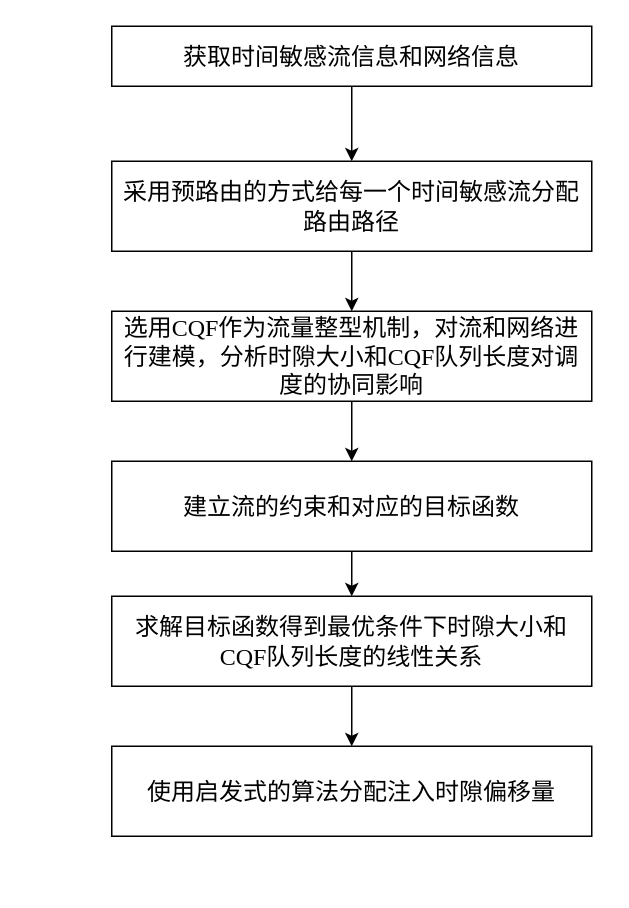
AliChen0731/First keeps this draw.io diagram as 专利.drawio. Above is the earlier version. Source tidied: cells renumbered, new cells numbered last; positions are measured from the earlier drawing's top-left corner, leaving out a move shared by most shapes. Both pictures are drawn from the tidied source at 150%, with x=0, y=0 at pixel (111, 26).
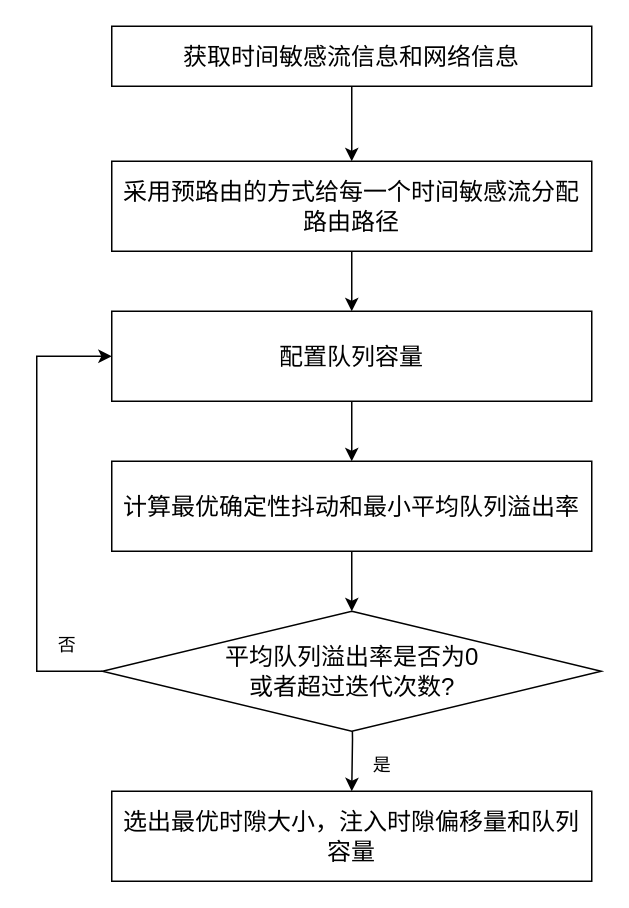
Above is the later version.

The edit, as a diff of the source:
```diff
@@
 <mxGraphModel>
   <root>
     <mxCell id="0" />
     <mxCell id="1" parent="0" />
     <mxCell id="2" style="edgeStyle=orthogonalEdgeStyle;rounded=0;jettySize=auto;html=1;" parent="1" edge="1" source="3" target="5">
       <mxGeometry relative="1" as="geometry" />
     </mxCell>
     <mxCell id="3" value="&lt;font face=&quot;Times New Roman&quot; style=&quot;font-size: 16px;&quot;&gt;获取时间敏感流信息和网络信息&lt;/font&gt;" style="rounded=0;whiteSpace=wrap;html=1;" parent="1" vertex="1">
       <mxGeometry width="320" height="40" as="geometry" />
     </mxCell>
     <mxCell id="4" style="edgeStyle=orthogonalEdgeStyle;rounded=0;jettySize=auto;html=1;" parent="1" edge="1" source="5" target="7">
       <mxGeometry relative="1" as="geometry" />
     </mxCell>
     <mxCell id="5" value="&lt;font face=&quot;Times New Roman&quot; style=&quot;font-size: 16px;&quot;&gt;采用预路由的方式给每一个时间敏感流分配路由路径&lt;/font&gt;" style="whiteSpace=wrap;html=1;rounded=0;" parent="1" vertex="1">
       <mxGeometry y="90" width="320" height="60" as="geometry" />
     </mxCell>
     <mxCell id="6" style="edgeStyle=orthogonalEdgeStyle;rounded=0;jettySize=auto;html=1;" parent="1" edge="1" source="7" target="9">
       <mxGeometry relative="1" as="geometry" />
     </mxCell>
-    <mxCell id="7" value="&lt;font face=&quot;Times New Roman&quot; style=&quot;font-size: 16px;&quot;&gt;选用CQF作为流量整型机制，对流和网络进行建模，分析时隙大小和CQF队列长度对调度的协同影响&lt;/font&gt;" style="whiteSpace=wrap;html=1;rounded=0;" parent="1" vertex="1">
+    <mxCell id="7" value="&lt;font face=&quot;Times New Roman&quot; style=&quot;font-size: 16px;&quot;&gt;配置队列容量&lt;/font&gt;" style="whiteSpace=wrap;html=1;rounded=0;" parent="1" vertex="1">
       <mxGeometry y="190" width="320" height="60" as="geometry" />
     </mxCell>
-    <mxCell id="8" style="edgeStyle=orthogonalEdgeStyle;rounded=0;jettySize=auto;html=1;" parent="1" edge="1" source="9" target="11">
+    <mxCell id="8" style="edgeStyle=orthogonalEdgeStyle;rounded=0;jettySize=auto;html=1;entryX=0.5;entryY=0;entryDx=0;entryDy=0;" parent="1" edge="1" source="9" target="14">
       <mxGeometry relative="1" as="geometry" />
     </mxCell>
-    <mxCell id="9" value="&lt;font face=&quot;Times New Roman&quot; style=&quot;font-size: 16px;&quot;&gt;建立流的约束和对应的目标函数&lt;/font&gt;" style="whiteSpace=wrap;html=1;rounded=0;" parent="1" vertex="1">
+    <mxCell id="9" value="&lt;font face=&quot;Times New Roman&quot; style=&quot;font-size: 16px;&quot;&gt;计算最优确定性抖动和最小平均队列溢出率&lt;/font&gt;" style="whiteSpace=wrap;html=1;rounded=0;" parent="1" vertex="1">
       <mxGeometry y="290" width="320" height="60" as="geometry" />
     </mxCell>
-    <mxCell id="10" style="edgeStyle=orthogonalEdgeStyle;rounded=0;jettySize=auto;html=1;" parent="1" edge="1" source="11" target="12">
-      <mxGeometry relative="1" as="geometry" />
+    <mxCell id="10" style="edgeStyle=orthogonalEdgeStyle;rounded=0;jettySize=auto;html=1;" parent="1" edge="1" target="12">
+      <mxGeometry relative="1" as="geometry">
+        <mxPoint x="160" y="440" as="sourcePoint" />
+      </mxGeometry>
     </mxCell>
-    <mxCell id="11" value="&lt;font face=&quot;Times New Roman&quot; style=&quot;font-size: 16px;&quot;&gt;求解目标函数得到最优条件下时隙大小和CQF队列长度的线性关系&lt;/font&gt;" style="whiteSpace=wrap;html=1;rounded=0;" parent="1" vertex="1">
-      <mxGeometry y="380" width="320" height="60" as="geometry" />
-    </mxCell>
-    <mxCell id="12" value="&lt;font face=&quot;Times New Roman&quot; style=&quot;font-size: 16px;&quot;&gt;使用启发式的算法分配注入时隙偏移量&lt;/font&gt;" style="whiteSpace=wrap;html=1;rounded=0;" parent="1" vertex="1">
-      <mxGeometry y="480" width="320" height="60" as="geometry" />
+    <mxCell id="12" value="&lt;font face=&quot;Times New Roman&quot;&gt;&lt;span style=&quot;font-size: 16px;&quot;&gt;选出最优时隙大小，注入时隙偏移量和队列容量&lt;/span&gt;&lt;/font&gt;" style="whiteSpace=wrap;html=1;rounded=0;" parent="1" vertex="1">
+      <mxGeometry y="510" width="320" height="60" as="geometry" />
     </mxCell>
+    <mxCell id="13" style="edgeStyle=orthogonalEdgeStyle;rounded=0;jettySize=auto;html=1;exitX=0;exitY=0.5;exitDx=0;exitDy=0;entryX=0;entryY=0.5;entryDx=0;entryDy=0;" parent="1" edge="1" source="14" target="7">
+      <mxGeometry relative="1" as="geometry">
+        <Array as="points">
+          <mxPoint x="-50" y="430" />
+          <mxPoint x="-50" y="220" />
+        </Array>
+      </mxGeometry>
+    </mxCell>
+    <mxCell id="14" value="&lt;font style=&quot;font-size: 16px;&quot;&gt;平均队列溢出率是否为0&lt;br&gt;或者超过迭代次数?&lt;br&gt;&lt;/font&gt;" style="rhombus;whiteSpace=wrap;html=1;" parent="1" vertex="1">
+      <mxGeometry x="-6.2" y="390" width="332.5" height="80" as="geometry" />
+    </mxCell>
+    <mxCell id="15" value="否" style="text;html=1;align=center;verticalAlign=middle;strokeColor=none;fillColor=none;" parent="1" vertex="1">
+      <mxGeometry x="-50" y="398" width="40" height="30" as="geometry" />
+    </mxCell>
+    <mxCell id="16" value="是" style="text;html=1;align=center;verticalAlign=middle;strokeColor=none;fillColor=none;" parent="1" vertex="1">
+      <mxGeometry x="160" y="478" width="40" height="30" as="geometry" />
+    </mxCell>
   </root>
 </mxGraphModel>
```
